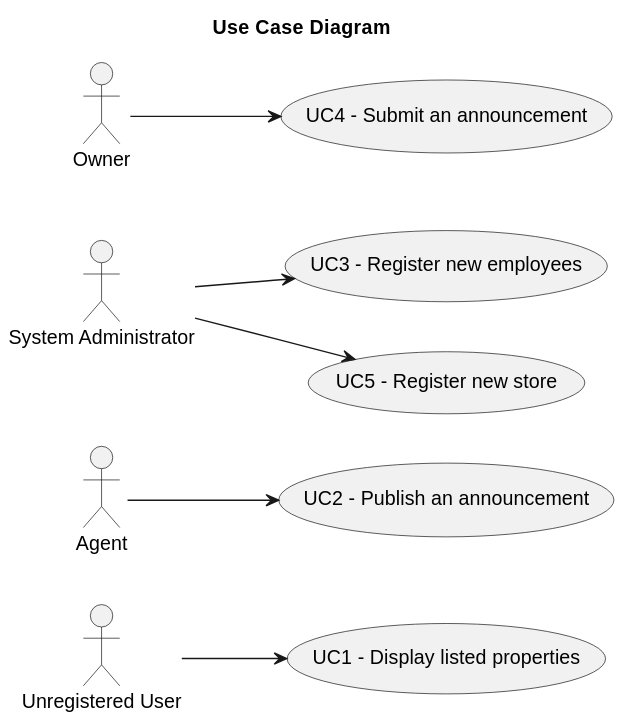
The PlantUML diagram docs/sprintB/global-artifacts/01.requirements-engineering/svg/use-case-diagram.svg in rita-barbosa/LAPR2-2223, before a commit.
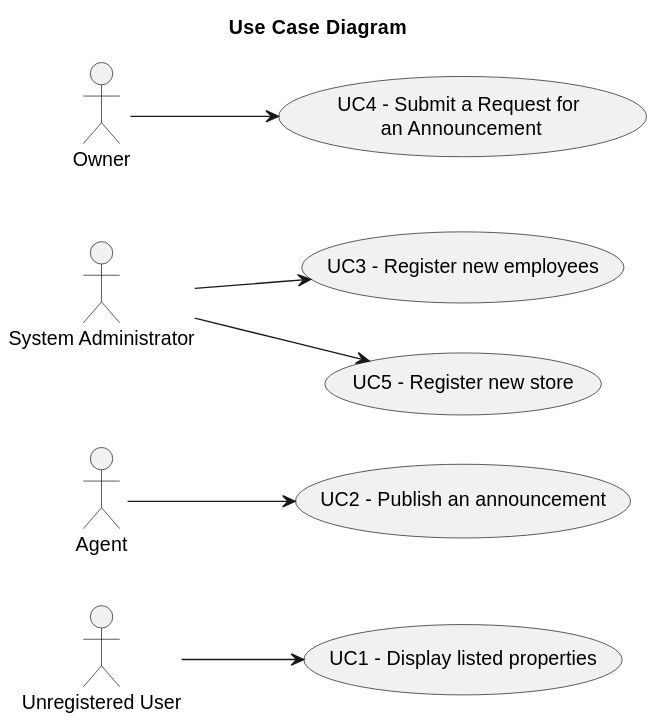
Later version of the same file.

The edit, as a diff of the source:
```diff
@@ -17,6 +17,6 @@
         "System Administrator" --> UC3
     usecase "UC5 - Register new store" as UC5
         "System Administrator" --> UC5
-     usecase "UC4 - Submit an announcement" as UC4
+     usecase "UC4 - Submit a Request for\n an Announcement" as UC4
         "Owner" --> UC4
 @enduml
```
